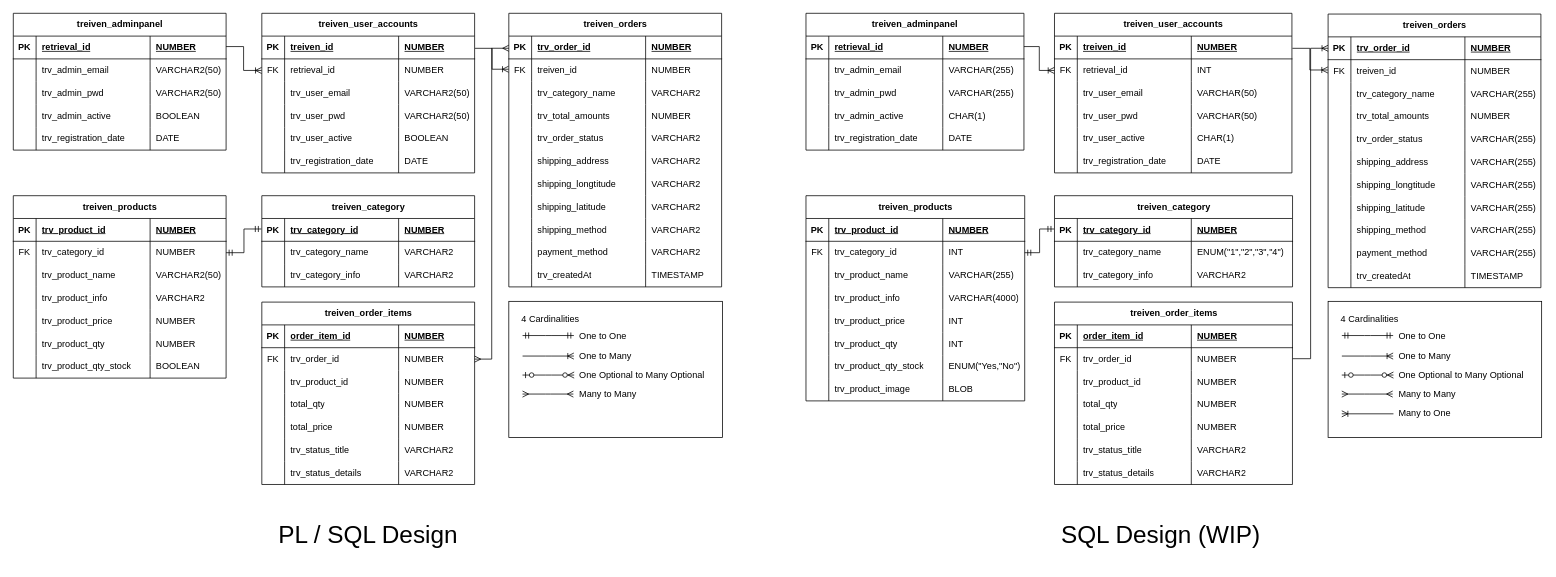
Earlier version of the draw.io diagram public/treiven.drawio (lash0000/im101). Source tidied: cells renumbered, new cells numbered last; positions are measured from the earlier drawing's top-left corner, leaving out a move shared by most shapes. Both pictures are drawn from the tidied source at 76%, with x=0, y=0 at pixel (13, 13).
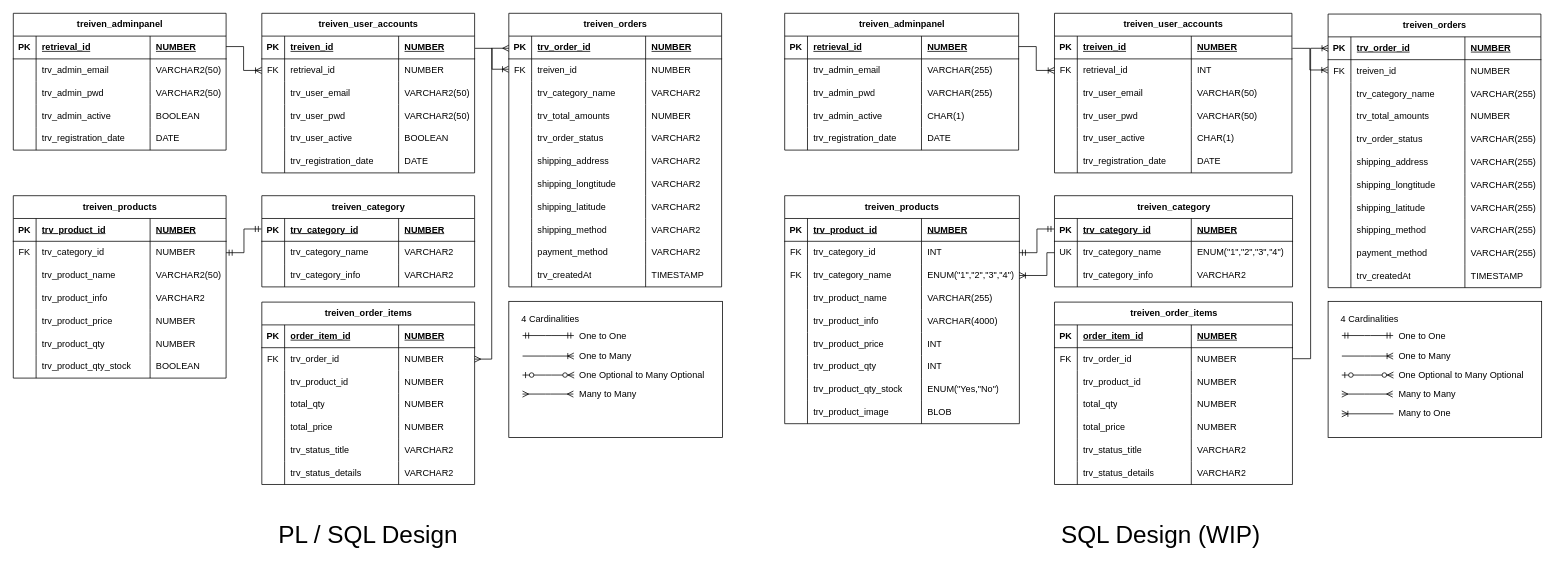
The same page after the edit.

Commit message:
so let me check if good

Unchanged cells that the change refers to:
```xml
<mxCell id="264" style="shape=tableRow;horizontal=0;startSize=0;swimlaneHead=0;swimlaneBody=0;fillColor=none;points=[[0,0.5],[1,0.5]];portConstraint=eastwest;top=0;left=0;right=0;bottom=0;" parent="259" vertex="1">
  <mxGeometry y="60" width="313.2" height="30" as="geometry" />
</mxCell>
```

The edit, as a diff of the source:
```diff
@@
     <mxCell id="180" value="treiven_adminpanel" style="shape=table;startSize=30;childLayout=tableLayout;rowLines=0;fontStyle=1;align=center;html=1;" parent="1" vertex="1">
-      <mxGeometry x="1043" width="286.8" height="180" as="geometry" />
+      <mxGeometry x="1015" width="307.8" height="180" as="geometry" />
     </mxCell>
     <mxCell id="181" style="shape=tableRow;horizontal=0;startSize=0;swimlaneHead=0;swimlaneBody=0;fillColor=none;points=[[0,0.5],[1,0.5]];portConstraint=eastwest;top=0;left=0;right=0;bottom=1;" parent="180" vertex="1">
-      <mxGeometry y="30" width="286.8" height="30" as="geometry" />
+      <mxGeometry y="30" width="307.8" height="30" as="geometry" />
     </mxCell>
@@
     <mxCell id="184" value="NUMBER" style="shape=partialRectangle;fillColor=none;top=0;left=0;bottom=0;right=0;align=left;spacingLeft=6;fontStyle=5;overflow=hidden;whiteSpace=wrap;html=1;" parent="181" vertex="1">
-      <mxGeometry x="180" width="106.8" height="30" as="geometry" />
+      <mxGeometry x="180" width="127.8" height="30" as="geometry" />
     </mxCell>
     <mxCell id="185" style="shape=tableRow;horizontal=0;startSize=0;swimlaneHead=0;swimlaneBody=0;fillColor=none;top=0;left=0;right=0;bottom=0;" parent="180" vertex="1">
-      <mxGeometry y="60" width="286.8" height="30" as="geometry" />
+      <mxGeometry y="60" width="307.8" height="30" as="geometry" />
     </mxCell>
@@
     <mxCell id="188" value="VARCHAR(255)" style="shape=partialRectangle;fillColor=none;top=0;left=0;bottom=0;right=0;align=left;spacingLeft=6;overflow=hidden;whiteSpace=wrap;html=1;" parent="185" vertex="1">
-      <mxGeometry x="180" width="106.8" height="30" as="geometry" />
+      <mxGeometry x="180" width="127.8" height="30" as="geometry" />
     </mxCell>
     <mxCell id="189" style="shape=tableRow;horizontal=0;startSize=0;swimlaneHead=0;swimlaneBody=0;fillColor=none;top=0;left=0;right=0;bottom=0;" parent="180" vertex="1">
-      <mxGeometry y="90" width="286.8" height="30" as="geometry" />
+      <mxGeometry y="90" width="307.8" height="30" as="geometry" />
     </mxCell>
@@
     <mxCell id="192" value="VARCHAR(255)" style="shape=partialRectangle;fillColor=none;top=0;left=0;bottom=0;right=0;align=left;spacingLeft=6;overflow=hidden;whiteSpace=wrap;html=1;" parent="189" vertex="1">
-      <mxGeometry x="180" width="106.8" height="30" as="geometry" />
+      <mxGeometry x="180" width="127.8" height="30" as="geometry" />
     </mxCell>
     <mxCell id="193" style="shape=tableRow;horizontal=0;startSize=0;swimlaneHead=0;swimlaneBody=0;fillColor=none;top=0;left=0;right=0;bottom=0;" parent="180" vertex="1">
-      <mxGeometry y="120" width="286.8" height="30" as="geometry" />
+      <mxGeometry y="120" width="307.8" height="30" as="geometry" />
     </mxCell>
@@
     <mxCell id="196" value="CHAR(1)" style="shape=partialRectangle;fillColor=none;top=0;left=0;bottom=0;right=0;align=left;spacingLeft=6;overflow=hidden;whiteSpace=wrap;html=1;" parent="193" vertex="1">
-      <mxGeometry x="180" width="106.8" height="30" as="geometry" />
+      <mxGeometry x="180" width="127.8" height="30" as="geometry" />
     </mxCell>
     <mxCell id="197" style="shape=tableRow;horizontal=0;startSize=0;swimlaneHead=0;swimlaneBody=0;fillColor=none;top=0;left=0;right=0;bottom=0;" parent="180" vertex="1">
-      <mxGeometry y="150" width="286.8" height="30" as="geometry" />
+      <mxGeometry y="150" width="307.8" height="30" as="geometry" />
     </mxCell>
@@
     <mxCell id="200" value="DATE" style="shape=partialRectangle;fillColor=none;top=0;left=0;bottom=0;right=0;align=left;spacingLeft=6;overflow=hidden;whiteSpace=wrap;html=1;" parent="197" vertex="1">
-      <mxGeometry x="180" width="106.8" height="30" as="geometry" />
+      <mxGeometry x="180" width="127.8" height="30" as="geometry" />
     </mxCell>
@@
     <mxCell id="226" value="treiven_products" style="shape=table;startSize=30;childLayout=tableLayout;rowLines=0;fontStyle=1;align=center;html=1;" parent="1" vertex="1">
-      <mxGeometry x="1043" y="240" width="287.8" height="270" as="geometry" />
+      <mxGeometry x="1015" y="240" width="308.8" height="300" as="geometry" />
     </mxCell>
     <mxCell id="227" style="shape=tableRow;horizontal=0;startSize=0;swimlaneHead=0;swimlaneBody=0;fillColor=none;top=0;left=0;right=0;bottom=1;" parent="226" vertex="1">
-      <mxGeometry y="30" width="287.8" height="30" as="geometry" />
+      <mxGeometry y="30" width="308.8" height="30" as="geometry" />
     </mxCell>
@@
     <mxCell id="230" value="NUMBER" style="shape=partialRectangle;fillColor=none;top=0;left=0;bottom=0;right=0;align=left;spacingLeft=6;fontStyle=5;overflow=hidden;whiteSpace=wrap;html=1;" parent="227" vertex="1">
-      <mxGeometry x="180" width="107.8" height="30" as="geometry" />
+      <mxGeometry x="180" width="128.8" height="30" as="geometry" />
     </mxCell>
     <mxCell id="231" style="shape=tableRow;horizontal=0;startSize=0;swimlaneHead=0;swimlaneBody=0;fillColor=none;points=[[0,0.5],[1,0.5]];portConstraint=eastwest;top=0;left=0;right=0;bottom=0;" parent="226" vertex="1">
-      <mxGeometry y="60" width="287.8" height="30" as="geometry" />
+      <mxGeometry y="60" width="308.8" height="30" as="geometry" />
     </mxCell>
@@
     <mxCell id="234" value="INT" style="shape=partialRectangle;fillColor=none;top=0;left=0;bottom=0;right=0;align=left;spacingLeft=6;overflow=hidden;whiteSpace=wrap;html=1;" parent="231" vertex="1">
-      <mxGeometry x="180" width="107.8" height="30" as="geometry" />
+      <mxGeometry x="180" width="128.8" height="30" as="geometry" />
     </mxCell>
+    <mxCell id="364" style="shape=tableRow;horizontal=0;startSize=0;swimlaneHead=0;swimlaneBody=0;fillColor=none;points=[[0,0.5],[1,0.5]];portConstraint=eastwest;top=0;left=0;right=0;bottom=0;" parent="226" vertex="1">
+      <mxGeometry y="90" width="308.8" height="30" as="geometry" />
+    </mxCell>
+    <mxCell id="365" value="FK" style="shape=partialRectangle;fillColor=none;top=0;left=0;bottom=0;right=0;overflow=hidden;whiteSpace=wrap;html=1;" parent="364" vertex="1">
+      <mxGeometry width="30" height="30" as="geometry" />
+    </mxCell>
+    <mxCell id="366" value="trv_category_name" style="shape=partialRectangle;fillColor=none;top=0;left=0;bottom=0;right=0;align=left;spacingLeft=6;overflow=hidden;whiteSpace=wrap;html=1;" parent="364" vertex="1">
+      <mxGeometry x="30" width="150" height="30" as="geometry" />
+    </mxCell>
+    <mxCell id="367" value="ENUM(&quot;1&quot;,&quot;2&quot;,&quot;3&quot;,&quot;4&quot;)" style="shape=partialRectangle;fillColor=none;top=0;left=0;bottom=0;right=0;align=left;spacingLeft=6;overflow=hidden;whiteSpace=wrap;html=1;" parent="364" vertex="1">
+      <mxGeometry x="180" width="128.8" height="30" as="geometry" />
+    </mxCell>
     <mxCell id="235" style="shape=tableRow;horizontal=0;startSize=0;swimlaneHead=0;swimlaneBody=0;fillColor=none;top=0;left=0;right=0;bottom=0;" parent="226" vertex="1">
-      <mxGeometry y="90" width="287.8" height="30" as="geometry" />
+      <mxGeometry y="120" width="308.8" height="30" as="geometry" />
     </mxCell>
@@
     <mxCell id="238" value="VARCHAR(255)" style="shape=partialRectangle;fillColor=none;top=0;left=0;bottom=0;right=0;align=left;spacingLeft=6;overflow=hidden;whiteSpace=wrap;html=1;" parent="235" vertex="1">
-      <mxGeometry x="180" width="107.8" height="30" as="geometry" />
+      <mxGeometry x="180" width="128.8" height="30" as="geometry" />
     </mxCell>
     <mxCell id="239" style="shape=tableRow;horizontal=0;startSize=0;swimlaneHead=0;swimlaneBody=0;fillColor=none;top=0;left=0;right=0;bottom=0;" parent="226" vertex="1">
-      <mxGeometry y="120" width="287.8" height="30" as="geometry" />
+      <mxGeometry y="150" width="308.8" height="30" as="geometry" />
     </mxCell>
@@
     <mxCell id="242" value="VARCHAR(4000)" style="shape=partialRectangle;fillColor=none;top=0;left=0;bottom=0;right=0;align=left;spacingLeft=6;overflow=hidden;whiteSpace=wrap;html=1;" parent="239" vertex="1">
-      <mxGeometry x="180" width="107.8" height="30" as="geometry" />
+      <mxGeometry x="180" width="128.8" height="30" as="geometry" />
     </mxCell>
     <mxCell id="243" style="shape=tableRow;horizontal=0;startSize=0;swimlaneHead=0;swimlaneBody=0;fillColor=none;top=0;left=0;right=0;bottom=0;" parent="226" vertex="1">
-      <mxGeometry y="150" width="287.8" height="30" as="geometry" />
+      <mxGeometry y="180" width="308.8" height="30" as="geometry" />
     </mxCell>
@@
     <mxCell id="246" value="INT" style="shape=partialRectangle;fillColor=none;top=0;left=0;bottom=0;right=0;align=left;spacingLeft=6;overflow=hidden;whiteSpace=wrap;html=1;" parent="243" vertex="1">
-      <mxGeometry x="180" width="107.8" height="30" as="geometry" />
+      <mxGeometry x="180" width="128.8" height="30" as="geometry" />
     </mxCell>
     <mxCell id="247" style="shape=tableRow;horizontal=0;startSize=0;swimlaneHead=0;swimlaneBody=0;fillColor=none;top=0;left=0;right=0;bottom=0;" parent="226" vertex="1">
-      <mxGeometry y="180" width="287.8" height="30" as="geometry" />
+      <mxGeometry y="210" width="308.8" height="30" as="geometry" />
     </mxCell>
@@
     <mxCell id="250" value="INT" style="shape=partialRectangle;fillColor=none;top=0;left=0;bottom=0;right=0;align=left;spacingLeft=6;overflow=hidden;whiteSpace=wrap;html=1;" parent="247" vertex="1">
-      <mxGeometry x="180" width="107.8" height="30" as="geometry" />
+      <mxGeometry x="180" width="128.8" height="30" as="geometry" />
     </mxCell>
     <mxCell id="251" style="shape=tableRow;horizontal=0;startSize=0;swimlaneHead=0;swimlaneBody=0;fillColor=none;top=0;left=0;right=0;bottom=0;" parent="226" vertex="1">
-      <mxGeometry y="210" width="287.8" height="30" as="geometry" />
+      <mxGeometry y="240" width="308.8" height="30" as="geometry" />
     </mxCell>
@@
     <mxCell id="254" value="ENUM(&quot;Yes,&quot;No&quot;)" style="shape=partialRectangle;fillColor=none;top=0;left=0;bottom=0;right=0;align=left;spacingLeft=6;overflow=hidden;whiteSpace=wrap;html=1;" parent="251" vertex="1">
-      <mxGeometry x="180" width="107.8" height="30" as="geometry" />
+      <mxGeometry x="180" width="128.8" height="30" as="geometry" />
     </mxCell>
     <mxCell id="255" style="shape=tableRow;horizontal=0;startSize=0;swimlaneHead=0;swimlaneBody=0;fillColor=none;top=0;left=0;right=0;bottom=0;" parent="226" vertex="1">
-      <mxGeometry y="240" width="287.8" height="30" as="geometry" />
+      <mxGeometry y="270" width="308.8" height="30" as="geometry" />
     </mxCell>
@@
     <mxCell id="258" value="BLOB" style="shape=partialRectangle;fillColor=none;top=0;left=0;bottom=0;right=0;align=left;spacingLeft=6;overflow=hidden;whiteSpace=wrap;html=1;" parent="255" vertex="1">
-      <mxGeometry x="180" width="107.8" height="30" as="geometry" />
+      <mxGeometry x="180" width="128.8" height="30" as="geometry" />
     </mxCell>
@@
-    <mxCell id="265" style="shape=partialRectangle;fillColor=none;top=0;left=0;bottom=0;right=0;overflow=hidden;whiteSpace=wrap;html=1;" parent="264" vertex="1">
+    <mxCell id="265" value="UK" style="shape=partialRectangle;fillColor=none;top=0;left=0;bottom=0;right=0;overflow=hidden;whiteSpace=wrap;html=1;" parent="264" vertex="1">
       <mxGeometry width="30" height="30" as="geometry" />
     </mxCell>
@@
+    <mxCell id="368" style="edgeStyle=orthogonalEdgeStyle;fontSize=12;html=1;endArrow=ERoneToMany;rounded=0;exitX=0;exitY=0.5;exitDx=0;exitDy=0;entryX=1;entryY=0.5;entryDx=0;entryDy=0;elbow=vertical;" parent="1" edge="1" source="264" target="364">
+      <mxGeometry relative="1" as="geometry">
+        <Array as="points">
+          <mxPoint x="1360" y="315" />
+          <mxPoint x="1360" y="345" />
+        </Array>
+      </mxGeometry>
+    </mxCell>
```
